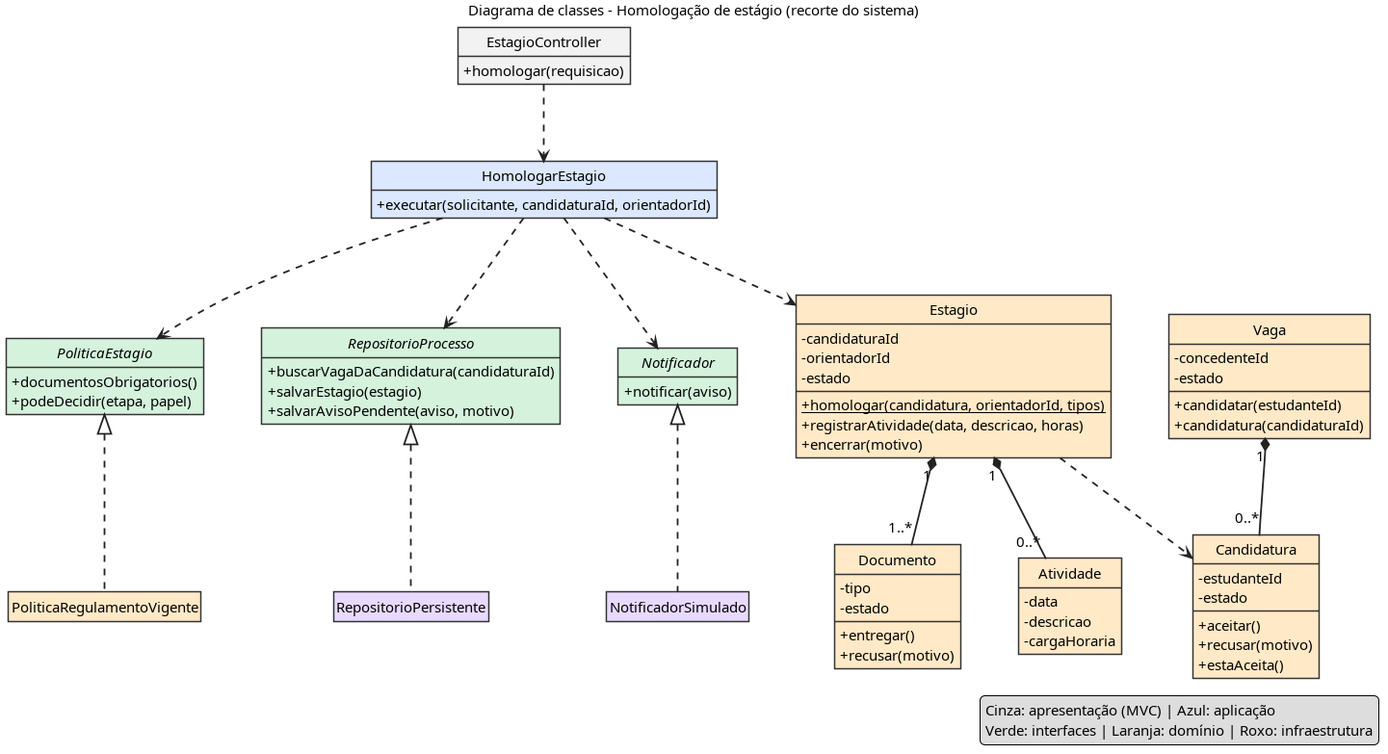
Earlier version of the PlantUML export docs/diagramas/classes.png (sofiawl/SoftwareDesign). Its source is kept beside it as docs/diagramas/classes.puml.
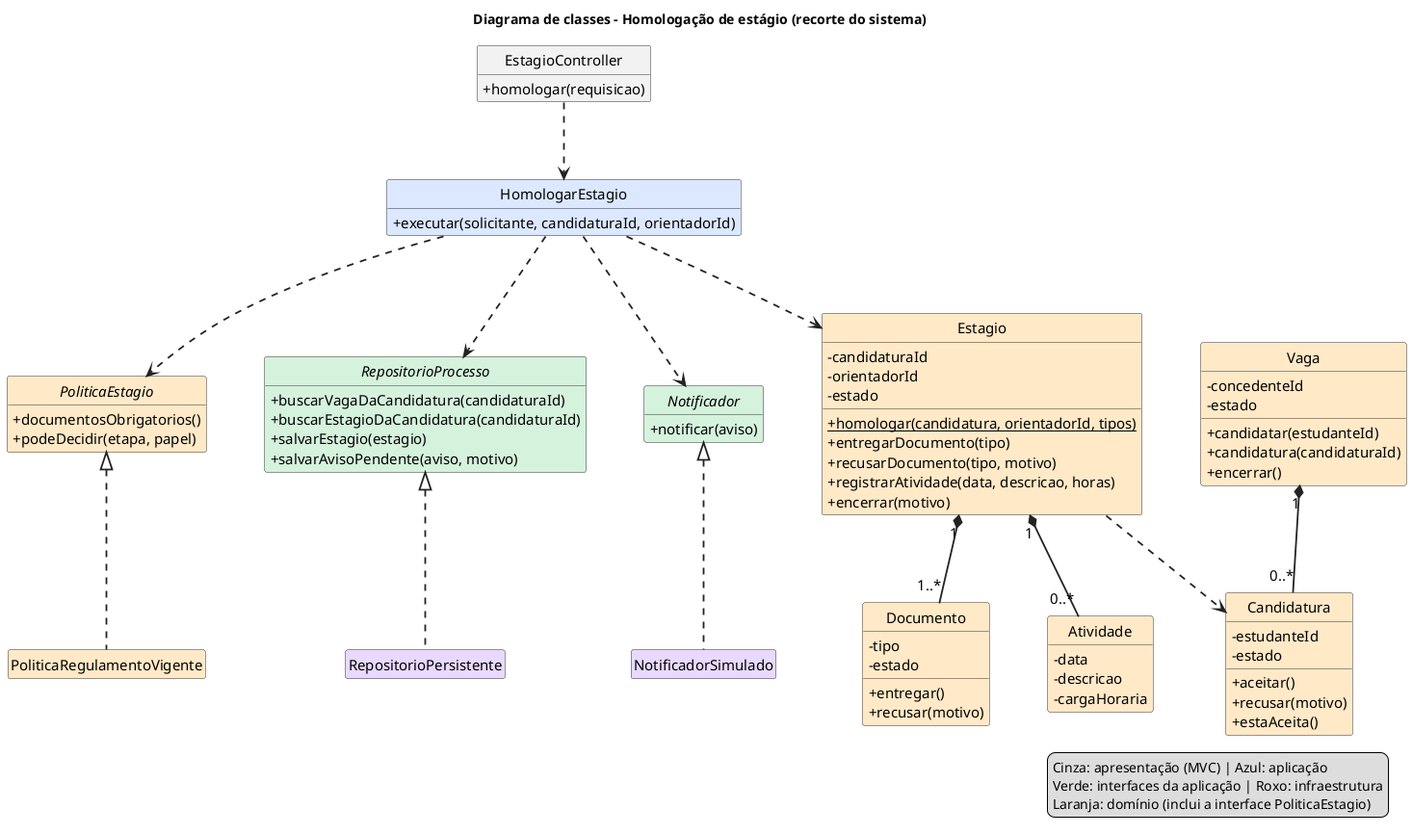
After the commit.

The edit, as a diff of the source:
```diff
@@ -26,12 +26,14 @@
   +executar(solicitante, candidaturaId, orientadorId)
 }
 
-interface PoliticaEstagio <<contrato>> {
+interface PoliticaEstagio <<dominio>> {
   +documentosObrigatorios()
   +podeDecidir(etapa, papel)
 }
+
 interface RepositorioProcesso <<contrato>> {
   +buscarVagaDaCandidatura(candidaturaId)
+  +buscarEstagioDaCandidatura(candidaturaId)
   +salvarEstagio(estagio)
   +salvarAvisoPendente(aviso, motivo)
 }
@@ -44,6 +46,8 @@
   -orientadorId
   -estado
   +{static} homologar(candidatura, orientadorId, tipos)
+  +entregarDocumento(tipo)
+  +recusarDocumento(tipo, motivo)
   +registrarAtividade(data, descricao, horas)
   +encerrar(motivo)
 }
@@ -63,6 +67,7 @@
   -estado
   +candidatar(estudanteId)
   +candidatura(candidaturaId)
+  +encerrar()
 }
 class Candidatura <<dominio>> {
   -estudanteId
@@ -96,6 +101,7 @@
 
 legend right
   Cinza: apresentação (MVC) | Azul: aplicação
-  Verde: interfaces | Laranja: domínio | Roxo: infraestrutura
+  Verde: interfaces da aplicação | Roxo: infraestrutura
+  Laranja: domínio (inclui a interface PoliticaEstagio)
 endlegend
 @enduml
```
